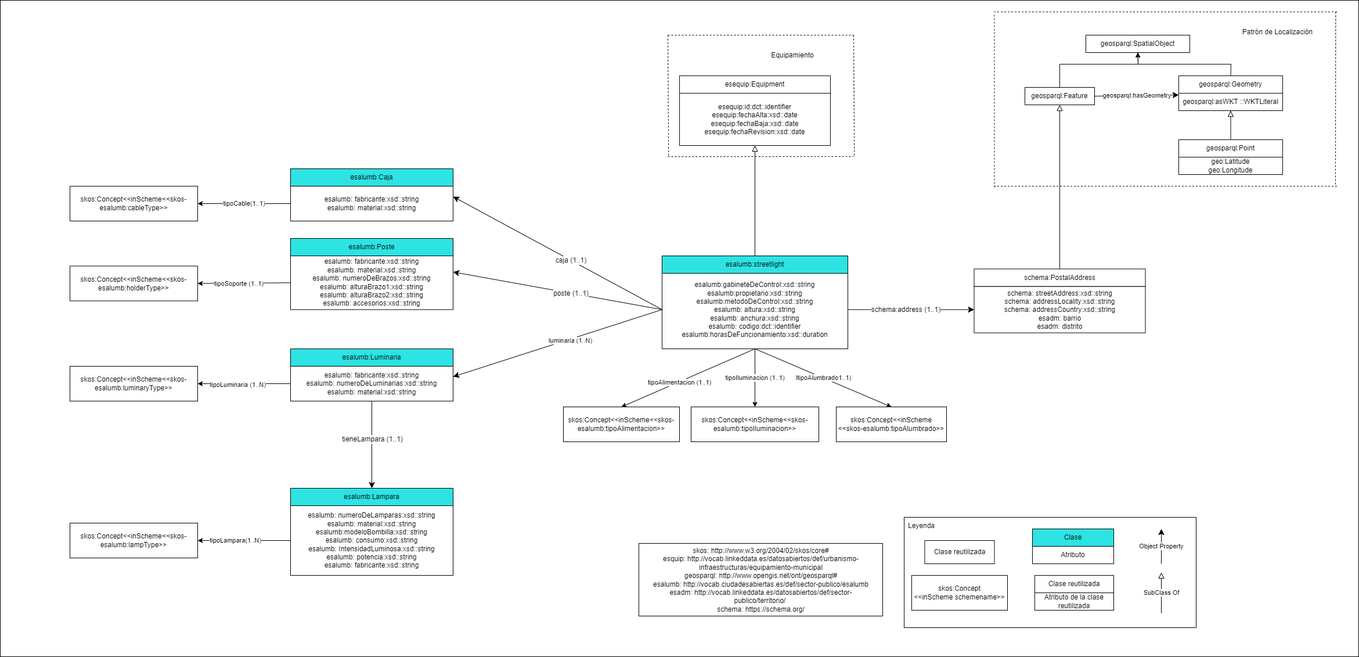
Earlier version of the draw.io export v1.0-rc/images/Es/Diagrama Alumbrado.png (opencitydata/urbanismo-infraestructuras-alumbrado-publico). Source tidied: cells renumbered, new cells last; positions are measured from the earlier drawing's top-left corner, leaving out a move shared by most shapes.
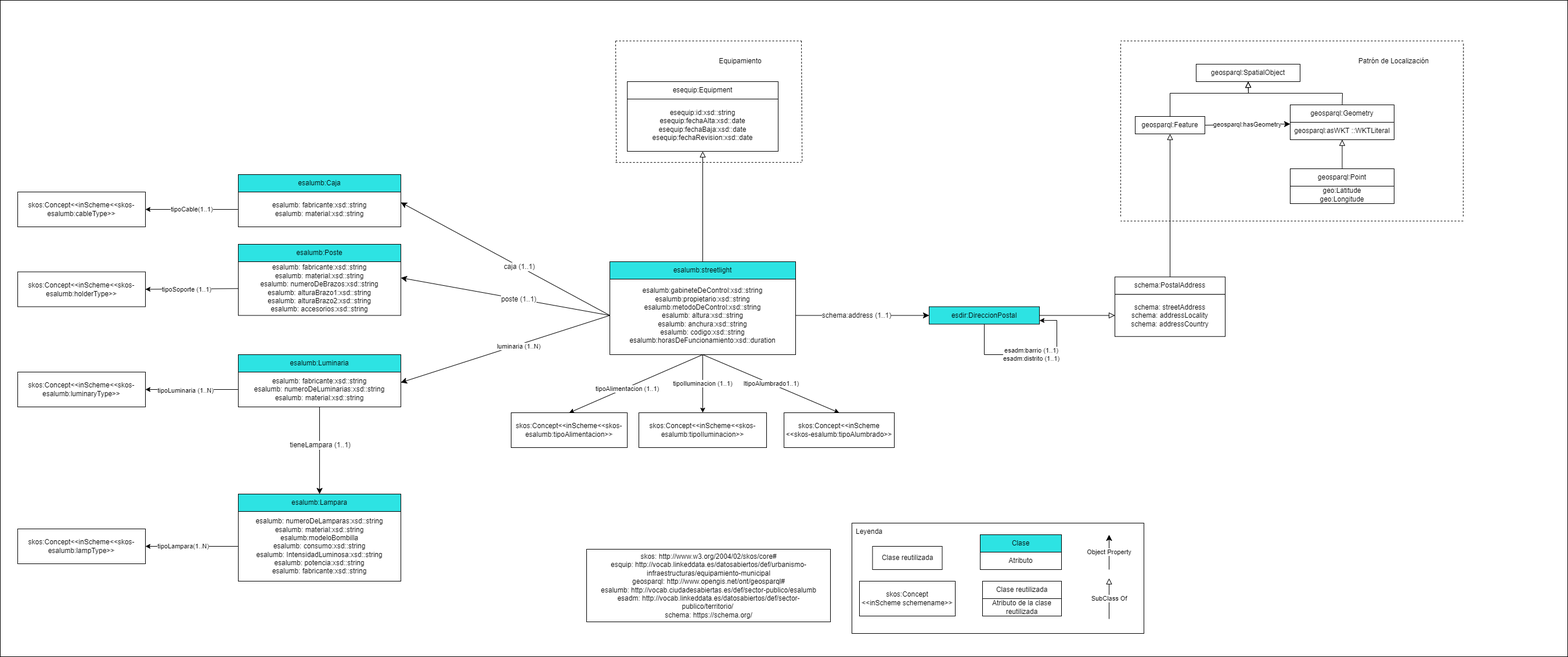
The same diagram one commit later.

The edit, as a diff of the source:
```diff
@@ -2,20 +2,17 @@
   <root>
     <mxCell id="0" />
     <mxCell id="1" parent="0" />
-    <mxCell id="2" style="rounded=0;whiteSpace=wrap;html=1;fillColor=#FFFFFF;" parent="1" vertex="1">
-      <mxGeometry width="2340" height="1130" as="geometry" />
-    </mxCell>
+    <mxCell id="81" style="rounded=0;whiteSpace=wrap;html=1;fillColor=#FFFFFF;" parent="1" vertex="1">
+      <mxGeometry x="90" y="-10" width="2700" height="1130" as="geometry" />
+    </mxCell>
-    <mxCell id="3" value="&lt;span&gt;esalumb:gabineteDeControl:xsd::string&lt;/span&gt;&lt;u&gt;&lt;br&gt;&lt;/u&gt;esalumb:propietario:xsd::string&lt;br&gt;esalumb:metodoDeControl:xsd::string&lt;br&gt;esalumb: altura:xsd::string&lt;br&gt;esalumb: anchura:xsd::string&lt;br&gt;esalumb: codigo:dct::identifier&lt;br&gt;esalumb:horasDeFuncionamiento:xsd::duration&lt;span&gt;&lt;br&gt;&lt;/span&gt;" style="rounded=0;whiteSpace=wrap;html=1;snapToPoint=1;points=[[0.1,0],[0.2,0],[0.3,0],[0.4,0],[0.5,0],[0.6,0],[0.7,0],[0.8,0],[0.9,0],[0,0.1],[0,0.3],[0,0.5],[0,0.7],[0,0.9],[0.1,1],[0.2,1],[0.3,1],[0.4,1],[0.5,1],[0.6,1],[0.7,1],[0.8,1],[0.9,1],[1,0.1],[1,0.3],[1,0.5],[1,0.7],[1,0.9]];" parent="1" vertex="1">
+    <mxCell id="3" value="&lt;span&gt;esalumb:gabineteDeControl:xsd::string&lt;/span&gt;&lt;u&gt;&lt;br&gt;&lt;/u&gt;esalumb:propietario:xsd::string&lt;br&gt;esalumb:metodoDeControl:xsd::string&lt;br&gt;esalumb: altura:xsd::string&lt;br&gt;esalumb: anchura:xsd::string&lt;br&gt;esalumb: codigo:xsd::string&lt;br&gt;esalumb:horasDeFuncionamiento:xsd::duration&lt;span&gt;&lt;br&gt;&lt;/span&gt;" style="rounded=0;whiteSpace=wrap;html=1;snapToPoint=1;points=[[0.1,0],[0.2,0],[0.3,0],[0.4,0],[0.5,0],[0.6,0],[0.7,0],[0.8,0],[0.9,0],[0,0.1],[0,0.3],[0,0.5],[0,0.7],[0,0.9],[0.1,1],[0.2,1],[0.3,1],[0.4,1],[0.5,1],[0.6,1],[0.7,1],[0.8,1],[0.9,1],[1,0.1],[1,0.3],[1,0.5],[1,0.7],[1,0.9]];" parent="1" vertex="1">
       <mxGeometry x="1140" y="465" width="320" height="135" as="geometry" />
     </mxCell>
     <mxCell id="4" value="esalumb:streetlight" style="rounded=0;whiteSpace=wrap;html=1;snapToPoint=1;points=[[0.1,0],[0.2,0],[0.3,0],[0.4,0],[0.5,0],[0.6,0],[0.7,0],[0.8,0],[0.9,0],[0,0.1],[0,0.3],[0,0.5],[0,0.7],[0,0.9],[0.1,1],[0.2,1],[0.3,1],[0.4,1],[0.5,1],[0.6,1],[0.7,1],[0.8,1],[0.9,1],[1,0.1],[1,0.3],[1,0.5],[1,0.7],[1,0.9]];fillColor=#2DE3E3;" parent="1" vertex="1">
       <mxGeometry x="1140" y="440" width="320" height="30" as="geometry" />
     </mxCell>
-    <mxCell id="5" value="schema: streetAddress:xsd::string&lt;br&gt;schema: addressLocality:xsd::string&lt;br&gt;schema: addressCountry:xsd::string&lt;br&gt;esadm: barrio&lt;br&gt;esadm: distrito" style="rounded=0;whiteSpace=wrap;html=1;snapToPoint=1;points=[[0.1,0],[0.2,0],[0.3,0],[0.4,0],[0.5,0],[0.6,0],[0.7,0],[0.8,0],[0.9,0],[0,0.1],[0,0.3],[0,0.5],[0,0.7],[0,0.9],[0.1,1],[0.2,1],[0.3,1],[0.4,1],[0.5,1],[0.6,1],[0.7,1],[0.8,1],[0.9,1],[1,0.1],[1,0.3],[1,0.5],[1,0.7],[1,0.9]];" parent="1" vertex="1">
-      <mxGeometry x="1677.5" y="492.5" width="295" height="80" as="geometry" />
-    </mxCell>
-    <mxCell id="6" value="schema:PostalAddress" style="rounded=0;whiteSpace=wrap;html=1;snapToPoint=1;points=[[0.1,0],[0.2,0],[0.3,0],[0.4,0],[0.5,0],[0.6,0],[0.7,0],[0.8,0],[0.9,0],[0,0.1],[0,0.3],[0,0.5],[0,0.7],[0,0.9],[0.1,1],[0.2,1],[0.3,1],[0.4,1],[0.5,1],[0.6,1],[0.7,1],[0.8,1],[0.9,1],[1,0.1],[1,0.3],[1,0.5],[1,0.7],[1,0.9]];fillColor=#FFFFFF;" parent="1" vertex="1">
-      <mxGeometry x="1677.5" y="462.5" width="295" height="30" as="geometry" />
+    <mxCell id="6" value="esdir:DireccionPostal" style="rounded=0;whiteSpace=wrap;html=1;snapToPoint=1;points=[[0.1,0],[0.2,0],[0.3,0],[0.4,0],[0.5,0],[0.6,0],[0.7,0],[0.8,0],[0.9,0],[0,0.1],[0,0.3],[0,0.5],[0,0.7],[0,0.9],[0.1,1],[0.2,1],[0.3,1],[0.4,1],[0.5,1],[0.6,1],[0.7,1],[0.8,1],[0.9,1],[1,0.1],[1,0.3],[1,0.5],[1,0.7],[1,0.9]];fillColor=#2DE3E3;" parent="1" vertex="1">
+      <mxGeometry x="1690" y="517.5" width="190" height="30" as="geometry" />
     </mxCell>
     <mxCell id="7" style="edgeStyle=orthogonalEdgeStyle;rounded=0;orthogonalLoop=1;jettySize=auto;html=1;exitX=0.5;exitY=1;exitDx=0;exitDy=0;" parent="1" edge="1" source="3" target="3">
       <mxGeometry relative="1" as="geometry" />
@@ -38,14 +35,16 @@
     <mxCell id="13" value="esalumb&lt;span&gt;:Luminaria&lt;/span&gt;" style="rounded=0;whiteSpace=wrap;html=1;fillColor=#2DE3E3;" parent="1" vertex="1">
       <mxGeometry x="500" y="600" width="280" height="30" as="geometry" />
     </mxCell>
-    <mxCell id="14" value="esalumb: numeroDeLamparas:xsd::string&lt;br&gt;esalumb: material:xsd::string&lt;br&gt;esalumb:modeloBombilla:xsd::string&lt;br&gt;esalumb: consumo:xsd::string&lt;br&gt;esalumb: IntensidadLuminosa:xsd::string&lt;br&gt;esalumb: potencia:xsd::string&lt;br&gt;esalumb: fabricante:xsd::string" style="rounded=0;whiteSpace=wrap;html=1;snapToPoint=1;points=[[0.1,0],[0.2,0],[0.3,0],[0.4,0],[0.5,0],[0.6,0],[0.7,0],[0.8,0],[0.9,0],[0,0.1],[0,0.3],[0,0.5],[0,0.7],[0,0.9],[0.1,1],[0.2,1],[0.3,1],[0.4,1],[0.5,1],[0.6,1],[0.7,1],[0.8,1],[0.9,1],[1,0.1],[1,0.3],[1,0.5],[1,0.7],[1,0.9]];fillColor=#FFFFFF;" parent="1" vertex="1">
+    <mxCell id="14" value="esalumb: numeroDeLamparas:xsd::string&lt;br&gt;esalumb: material:xsd::string&lt;br&gt;esalumb:modeloBombilla&lt;br&gt;esalumb: consumo:xsd::string&lt;br&gt;esalumb: IntensidadLuminosa:xsd::string&lt;br&gt;esalumb: potencia:xsd::string&lt;br&gt;esalumb: fabricante:xsd::string" style="rounded=0;whiteSpace=wrap;html=1;snapToPoint=1;points=[[0.1,0],[0.2,0],[0.3,0],[0.4,0],[0.5,0],[0.6,0],[0.7,0],[0.8,0],[0.9,0],[0,0.1],[0,0.3],[0,0.5],[0,0.7],[0,0.9],[0.1,1],[0.2,1],[0.3,1],[0.4,1],[0.5,1],[0.6,1],[0.7,1],[0.8,1],[0.9,1],[1,0.1],[1,0.3],[1,0.5],[1,0.7],[1,0.9]];fillColor=#FFFFFF;" parent="1" vertex="1">
       <mxGeometry x="500" y="870" width="280" height="120" as="geometry" />
     </mxCell>
     <mxCell id="15" value="esalumb&lt;span&gt;:Lampara&lt;/span&gt;" style="rounded=0;whiteSpace=wrap;html=1;snapToPoint=1;points=[[0.1,0],[0.2,0],[0.3,0],[0.4,0],[0.5,0],[0.6,0],[0.7,0],[0.8,0],[0.9,0],[0,0.1],[0,0.3],[0,0.5],[0,0.7],[0,0.9],[0.1,1],[0.2,1],[0.3,1],[0.4,1],[0.5,1],[0.6,1],[0.7,1],[0.8,1],[0.9,1],[1,0.1],[1,0.3],[1,0.5],[1,0.7],[1,0.9]];fillColor=#2DE3E3;" parent="1" vertex="1">
       <mxGeometry x="500" y="840" width="280" height="30" as="geometry" />
     </mxCell>
-    <mxCell id="16" style="endArrow=classic;html=1;exitX=1;exitY=0.5;exitDx=0;exitDy=0;entryX=0;entryY=0.5;entryDx=0;entryDy=0;endSize=8;arcSize=0;rounded=0;" parent="1" edge="1" source="3" target="5">
-      <mxGeometry relative="1" as="geometry" />
+    <mxCell id="16" style="endArrow=classic;html=1;exitX=1;exitY=0.5;exitDx=0;exitDy=0;entryX=0;entryY=0.5;entryDx=0;entryDy=0;endSize=8;arcSize=0;rounded=0;" parent="1" edge="1" source="3">
+      <mxGeometry relative="1" as="geometry">
+        <mxPoint x="1690" y="532.5" as="targetPoint" />
+      </mxGeometry>
     </mxCell>
     <mxCell id="17" value="schema:address (1..1)" style="text;html=1;align=center;verticalAlign=middle;labelBackgroundColor=#ffffff;fillColor=#FFFFFF;" parent="16" vertex="1">
       <mxGeometry x="-0.13" relative="1" as="geometry">
@@ -71,16 +70,13 @@
       <mxGeometry x="-0.12" y="2" relative="1" as="geometry" />
     </mxCell>
     <mxCell id="24" value="geosparql:Feature" style="rounded=0;whiteSpace=wrap;html=1;snapToPoint=1;points=[[0.1,0],[0.2,0],[0.3,0],[0.4,0],[0.5,0],[0.6,0],[0.7,0],[0.8,0],[0.9,0],[0,0.1],[0,0.3],[0,0.5],[0,0.7],[0,0.9],[0.1,1],[0.2,1],[0.3,1],[0.4,1],[0.5,1],[0.6,1],[0.7,1],[0.8,1],[0.9,1],[1,0.1],[1,0.3],[1,0.5],[1,0.7],[1,0.9]];" parent="1" vertex="1">
-      <mxGeometry x="1765" y="150" width="120" height="30" as="geometry" />
+      <mxGeometry x="2045" y="190" width="120" height="30" as="geometry" />
     </mxCell>
-    <mxCell id="25" style="endArrow=block;html=1;fontColor=#000099;endFill=0;entryX=0.5;entryY=1;entryDx=0;entryDy=0;endSize=8;arcSize=0;rounded=0;exitX=0.5;exitY=0;exitDx=0;exitDy=0;" parent="1" edge="1" source="6" target="24">
-      <mxGeometry relative="1" as="geometry" />
-    </mxCell>
     <mxCell id="26" value="geosparql:asWKT ::WKTLiteral" style="rounded=0;whiteSpace=wrap;html=1;snapToPoint=1;points=[[0.1,0],[0.2,0],[0.3,0],[0.4,0],[0.5,0],[0.6,0],[0.7,0],[0.8,0],[0.9,0],[0,0.1],[0,0.3],[0,0.5],[0,0.7],[0,0.9],[0.1,1],[0.2,1],[0.3,1],[0.4,1],[0.5,1],[0.6,1],[0.7,1],[0.8,1],[0.9,1],[1,0.1],[1,0.3],[1,0.5],[1,0.7],[1,0.9]];" parent="1" vertex="1">
-      <mxGeometry x="2030" y="160" width="179" height="30" as="geometry" />
+      <mxGeometry x="2312" y="200" width="179" height="30" as="geometry" />
     </mxCell>
     <mxCell id="27" value="geosparql:Geometry" style="rounded=0;whiteSpace=wrap;html=1;snapToPoint=1;points=[[0.1,0],[0.2,0],[0.3,0],[0.4,0],[0.5,0],[0.6,0],[0.7,0],[0.8,0],[0.9,0],[0,0.1],[0,0.3],[0,0.5],[0,0.7],[0,0.9],[0.1,1],[0.2,1],[0.3,1],[0.4,1],[0.5,1],[0.6,1],[0.7,1],[0.8,1],[0.9,1],[1,0.1],[1,0.3],[1,0.5],[1,0.7],[1,0.9]];" parent="1" vertex="1">
-      <mxGeometry x="2030" y="130" width="179" height="30" as="geometry" />
+      <mxGeometry x="2312" y="170" width="179" height="30" as="geometry" />
     </mxCell>
     <mxCell id="28" style="endArrow=block;html=1;fontColor=#000099;endFill=0;endSize=8;arcSize=0;rounded=0;entryX=0.5;entryY=1;entryDx=0;entryDy=0;exitX=0.5;exitY=0;exitDx=0;exitDy=0;" parent="1" edge="1" source="31" target="26">
       <mxGeometry relative="1" as="geometry" />
@@ -89,13 +85,13 @@
       <mxGeometry relative="1" as="geometry" />
     </mxCell>
     <mxCell id="30" value="geo:Latitude&lt;br&gt;geo:Longitude" style="rounded=0;whiteSpace=wrap;html=1;" parent="1" vertex="1">
-      <mxGeometry x="2030" y="270" width="179" height="30" as="geometry" />
+      <mxGeometry x="2312" y="310" width="179" height="30" as="geometry" />
     </mxCell>
     <mxCell id="31" value="geosparql:Point" style="rounded=0;whiteSpace=wrap;html=1;snapToPoint=1;points=[[0.1,0],[0.2,0],[0.3,0],[0.4,0],[0.5,0],[0.6,0],[0.7,0],[0.8,0],[0.9,0],[0,0.1],[0,0.3],[0,0.5],[0,0.7],[0,0.9],[0.1,1],[0.2,1],[0.3,1],[0.4,1],[0.5,1],[0.6,1],[0.7,1],[0.8,1],[0.9,1],[1,0.1],[1,0.3],[1,0.5],[1,0.7],[1,0.9]];" parent="1" vertex="1">
-      <mxGeometry x="2030" y="240" width="179" height="30" as="geometry" />
+      <mxGeometry x="2312" y="280" width="179" height="30" as="geometry" />
     </mxCell>
     <mxCell id="32" value="geosparql:SpatialObject" style="rounded=0;whiteSpace=wrap;html=1;snapToPoint=1;points=[[0.1,0],[0.2,0],[0.3,0],[0.4,0],[0.5,0],[0.6,0],[0.7,0],[0.8,0],[0.9,0],[0,0.1],[0,0.3],[0,0.5],[0,0.7],[0,0.9],[0.1,1],[0.2,1],[0.3,1],[0.4,1],[0.5,1],[0.6,1],[0.7,1],[0.8,1],[0.9,1],[1,0.1],[1,0.3],[1,0.5],[1,0.7],[1,0.9]];" parent="1" vertex="1">
-      <mxGeometry x="1870" y="60" width="179" height="30" as="geometry" />
+      <mxGeometry x="2150" y="100" width="179" height="30" as="geometry" />
     </mxCell>
     <mxCell id="33" style="rounded=0;whiteSpace=wrap;html=1;" parent="1" vertex="1">
       <mxGeometry x="1557" y="890" width="503" height="190" as="geometry" />
@@ -143,12 +139,12 @@
       <mxGeometry relative="1" as="geometry" />
     </mxCell>
     <mxCell id="46" value="Patrón de Localización" style="text;html=1;strokeColor=none;fillColor=none;align=center;verticalAlign=middle;whiteSpace=wrap;rounded=0;" parent="1" vertex="1">
-      <mxGeometry x="2130" y="40" width="140.5" height="30" as="geometry" />
+      <mxGeometry x="2420" y="80" width="140.5" height="30" as="geometry" />
     </mxCell>
     <mxCell id="47" value="Equipamiento" style="text;html=1;strokeColor=none;fillColor=none;align=center;verticalAlign=middle;whiteSpace=wrap;rounded=0;" parent="1" vertex="1">
       <mxGeometry x="1310" y="80" width="110" height="30" as="geometry" />
     </mxCell>
-    <mxCell id="48" value="esequip:id:dct::identifier&lt;br&gt;esequip:fechaAlta:xsd::date&lt;br&gt;esequip:fechaBaja:xsd::date&lt;br&gt;esequip:fechaRevision:xsd::date" style="rounded=0;whiteSpace=wrap;html=1;snapToPoint=1;points=[[0.1,0],[0.2,0],[0.3,0],[0.4,0],[0.5,0],[0.6,0],[0.7,0],[0.8,0],[0.9,0],[0,0.1],[0,0.3],[0,0.5],[0,0.7],[0,0.9],[0.1,1],[0.2,1],[0.3,1],[0.4,1],[0.5,1],[0.6,1],[0.7,1],[0.8,1],[0.9,1],[1,0.1],[1,0.3],[1,0.5],[1,0.7],[1,0.9]];" parent="1" vertex="1">
+    <mxCell id="48" value="esequip:id:xsd::string&lt;br&gt;esequip:fechaAlta:xsd::date&lt;br&gt;esequip:fechaBaja:xsd::date&lt;br&gt;esequip:fechaRevision:xsd::date" style="rounded=0;whiteSpace=wrap;html=1;snapToPoint=1;points=[[0.1,0],[0.2,0],[0.3,0],[0.4,0],[0.5,0],[0.6,0],[0.7,0],[0.8,0],[0.9,0],[0,0.1],[0,0.3],[0,0.5],[0,0.7],[0,0.9],[0.1,1],[0.2,1],[0.3,1],[0.4,1],[0.5,1],[0.6,1],[0.7,1],[0.8,1],[0.9,1],[1,0.1],[1,0.3],[1,0.5],[1,0.7],[1,0.9]];" parent="1" vertex="1">
       <mxGeometry x="1170.1" y="160" width="259.9" height="90" as="geometry" />
     </mxCell>
     <mxCell id="49" value="skos:Concept&amp;lt;&amp;lt;inScheme&amp;lt;&amp;lt;skos-esalumb:tipoIluminacion&amp;gt;&amp;gt;" style="rounded=0;whiteSpace=wrap;html=1;" parent="1" vertex="1">
@@ -246,26 +242,26 @@
     </mxCell>
     <mxCell id="73" style="endArrow=none;dashed=1;html=1;rounded=0;exitX=0.478;exitY=0.076;exitDx=0;exitDy=0;exitPerimeter=0;entryX=0.478;entryY=0.305;entryDx=0;entryDy=0;entryPerimeter=0;" parent="1" edge="1">
       <mxGeometry relative="1" as="geometry">
-        <mxPoint x="1712.5" y="25" as="sourcePoint" />
-        <mxPoint x="1712.5" y="325" as="targetPoint" />
+        <mxPoint x="2020" y="65" as="sourcePoint" />
+        <mxPoint x="2020" y="365" as="targetPoint" />
       </mxGeometry>
     </mxCell>
     <mxCell id="74" style="endArrow=none;dashed=1;html=1;rounded=0;" parent="1" edge="1">
       <mxGeometry relative="1" as="geometry">
-        <mxPoint x="2300.4" y="20" as="sourcePoint" />
-        <mxPoint x="2300" y="320" as="targetPoint" />
+        <mxPoint x="2610.4" y="65" as="sourcePoint" />
+        <mxPoint x="2610" y="365" as="targetPoint" />
       </mxGeometry>
     </mxCell>
     <mxCell id="75" style="endArrow=none;dashed=1;html=1;rounded=0;" parent="1" edge="1">
       <mxGeometry relative="1" as="geometry">
-        <mxPoint x="2302.5" y="320" as="sourcePoint" />
-        <mxPoint x="1712.5" y="320" as="targetPoint" />
+        <mxPoint x="2610" y="370" as="sourcePoint" />
+        <mxPoint x="2020" y="370" as="targetPoint" />
       </mxGeometry>
     </mxCell>
     <mxCell id="76" style="endArrow=none;dashed=1;html=1;rounded=0;" parent="1" edge="1">
       <mxGeometry relative="1" as="geometry">
-        <mxPoint x="2302.5" y="20" as="sourcePoint" />
-        <mxPoint x="1712.5" y="20" as="targetPoint" />
+        <mxPoint x="2610" y="60" as="sourcePoint" />
+        <mxPoint x="2020" y="60" as="targetPoint" />
       </mxGeometry>
     </mxCell>
     <mxCell id="77" style="rounded=0;whiteSpace=wrap;html=1;" parent="1" vertex="1">
@@ -274,19 +270,43 @@
     <mxCell id="78" value="skos: http://www.w3.org/2004/02/skos/core#&lt;br&gt;esquip: http://vocab.linkeddata.es/datosabiertos/def/urbanismo-infraestructuras/equipamiento-municipal&lt;br&gt;geosparql: http://www.opengis.net/ont/geosparql#&lt;br&gt;esalumb: http://vocab.ciudadesabiertas.es/def/sector-publico/esalumb&lt;br&gt;esadm: http://vocab.linkeddata.es/datosabiertos/def/sector-publico/territorio/&amp;nbsp;&lt;br&gt;schema: https://schema.org/" style="text;html=1;strokeColor=none;fillColor=none;align=center;verticalAlign=middle;whiteSpace=wrap;rounded=0;" parent="1" vertex="1">
       <mxGeometry x="1107.5" y="940" width="405" height="115" as="geometry" />
     </mxCell>
+    <mxCell id="82" value="schema:PostalAddress" style="rounded=0;whiteSpace=wrap;html=1;snapToPoint=1;points=[[0.1,0],[0.2,0],[0.3,0],[0.4,0],[0.5,0],[0.6,0],[0.7,0],[0.8,0],[0.9,0],[0,0.1],[0,0.3],[0,0.5],[0,0.7],[0,0.9],[0.1,1],[0.2,1],[0.3,1],[0.4,1],[0.5,1],[0.6,1],[0.7,1],[0.8,1],[0.9,1],[1,0.1],[1,0.3],[1,0.5],[1,0.7],[1,0.9]];fillColor=#FFFFFF;" parent="1" vertex="1">
+      <mxGeometry x="2010" y="466.3" width="190" height="30" as="geometry" />
+    </mxCell>
+    <mxCell id="83" value="schema: streetAddress&lt;br&gt;schema: addressLocality&lt;br&gt;schema: addressCountry" style="rounded=0;whiteSpace=wrap;html=1;snapToPoint=1;points=[[0.1,0],[0.2,0],[0.3,0],[0.4,0],[0.5,0],[0.6,0],[0.7,0],[0.8,0],[0.9,0],[0,0.1],[0,0.3],[0,0.5],[0,0.7],[0,0.9],[0.1,1],[0.2,1],[0.3,1],[0.4,1],[0.5,1],[0.6,1],[0.7,1],[0.8,1],[0.9,1],[1,0.1],[1,0.3],[1,0.5],[1,0.7],[1,0.9]];" parent="1" vertex="1">
+      <mxGeometry x="2010" y="496.3" width="190" height="72.5" as="geometry" />
+    </mxCell>
+    <mxCell id="84" style="endArrow=block;html=1;fontColor=#000099;endFill=0;endSize=8;arcSize=0;rounded=0;entryX=0;entryY=0.5;entryDx=0;entryDy=0;exitX=1;exitY=0.5;exitDx=0;exitDy=0;" parent="1" edge="1" target="83">
+      <mxGeometry relative="1" as="geometry">
+        <mxPoint x="1880" y="532.5" as="sourcePoint" />
+      </mxGeometry>
+    </mxCell>
+    <mxCell id="85" style="endArrow=block;html=1;fontColor=#000099;endFill=0;endSize=8;arcSize=0;rounded=0;entryX=0.5;entryY=1;entryDx=0;entryDy=0;exitX=0.5;exitY=0;exitDx=0;exitDy=0;" parent="1" edge="1" source="82" target="24">
+      <mxGeometry relative="1" as="geometry" />
+    </mxCell>
+    <mxCell id="86" value="esadm:barrio (1..1)&lt;br&gt;esadm:distrito (1..1)" style="endArrow=classic;html=1;rounded=0;exitX=0.5;exitY=1;exitDx=0;exitDy=0;entryX=1;entryY=0.7;entryDx=0;entryDy=0;" parent="1" edge="1" source="6">
+      <mxGeometry relative="1" as="geometry">
+        <mxPoint x="1880" y="541.3" as="targetPoint" />
+        <Array as="points">
+          <mxPoint x="1785" y="600" />
+          <mxPoint x="1910" y="600" />
+          <mxPoint x="1910" y="541" />
+        </Array>
+      </mxGeometry>
+    </mxCell>
-    <mxCell id="79" style="endArrow=classic;html=1;rounded=0;exitX=0.5;exitY=0;exitDx=0;exitDy=0;entryX=0.5;entryY=1;entryDx=0;entryDy=0;" parent="1" edge="1" source="24" target="32">
+    <mxCell id="79" style="endArrow=block;html=1;fontColor=#000099;endFill=0;endSize=8;arcSize=0;rounded=0;entryX=0.5;entryY=1;entryDx=0;entryDy=0;exitX=0.5;exitY=0;exitDx=0;exitDy=0;" parent="1" edge="1" source="24" target="32">
       <mxGeometry relative="1" as="geometry">
         <Array as="points">
-          <mxPoint x="1825" y="110" />
-          <mxPoint x="1960" y="110" />
+          <mxPoint x="2105" y="150" />
+          <mxPoint x="2240" y="150" />
         </Array>
       </mxGeometry>
     </mxCell>
-    <mxCell id="80" style="endArrow=classic;html=1;rounded=0;exitX=0.5;exitY=0;exitDx=0;exitDy=0;entryX=0.5;entryY=1;entryDx=0;entryDy=0;" parent="1" edge="1" source="27" target="32">
+    <mxCell id="80" style="endArrow=block;html=1;fontColor=#000099;endFill=0;endSize=8;arcSize=0;rounded=0;entryX=0.5;entryY=1;entryDx=0;entryDy=0;exitX=0.5;exitY=0;exitDx=0;exitDy=0;" parent="1" edge="1" source="27" target="32">
       <mxGeometry relative="1" as="geometry">
         <Array as="points">
-          <mxPoint x="2120" y="110" />
-          <mxPoint x="1960" y="110" />
+          <mxPoint x="2402" y="150" />
+          <mxPoint x="2240" y="150" />
         </Array>
       </mxGeometry>
     </mxCell>
```
